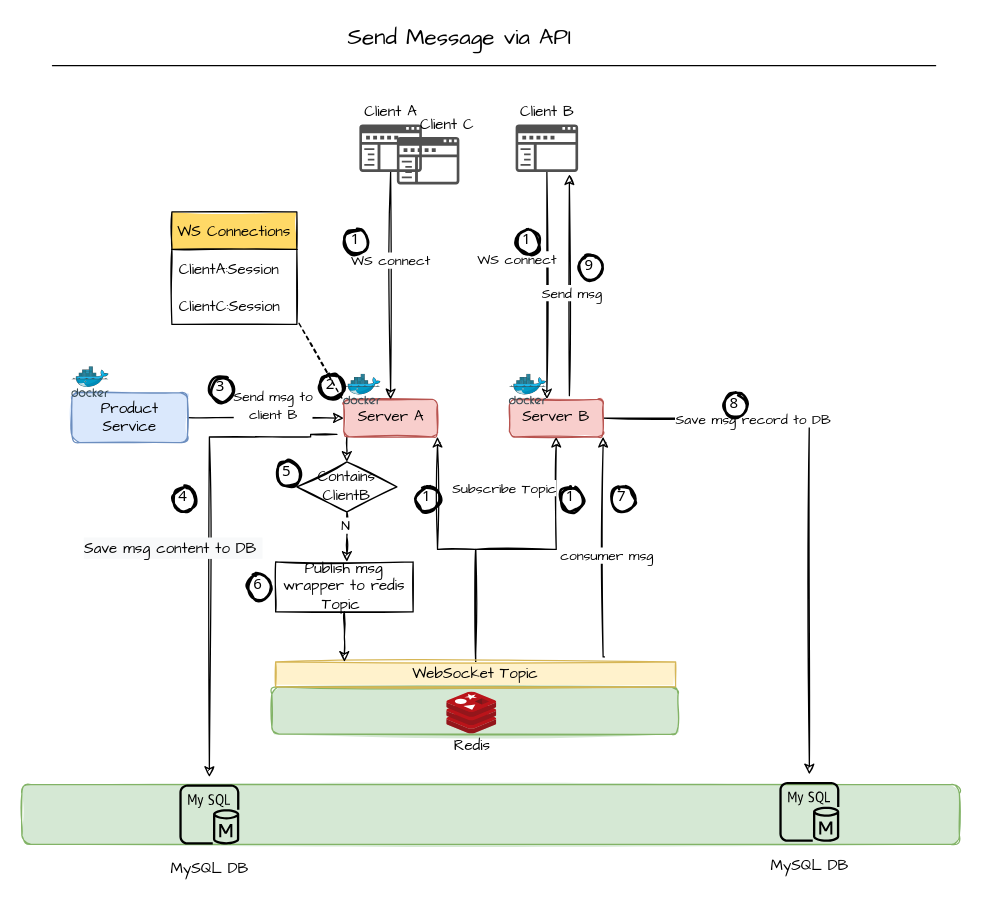
This is page "Page-4" (4 of 7) of MSP.drawio from yindongjun/gangzhang.github.io, a draw.io file, before an edit. Source tidied: cells renumbered, new cells numbered last; positions are measured from the earlier drawing's top-left corner, leaving out a move shared by most shapes. Both pictures are drawn from the tidied source at 125%, with x=0, y=0 at pixel (21, 24).
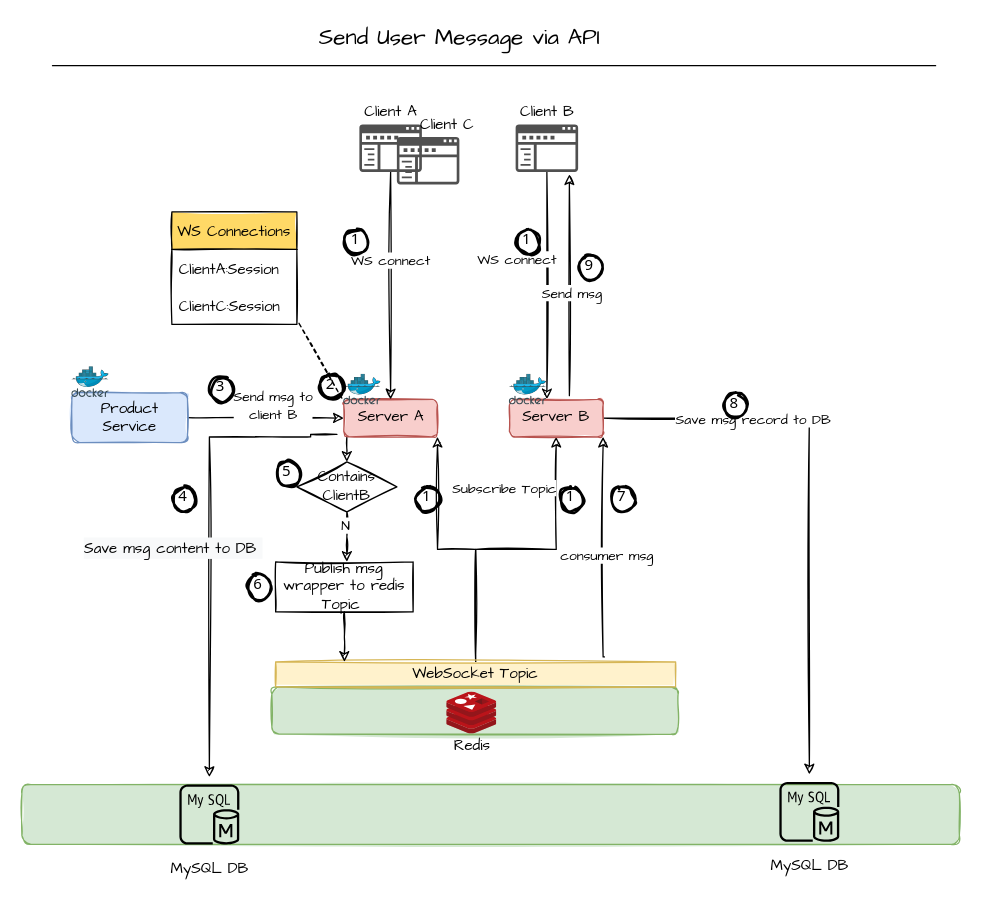
The same page after the edit.

The edit, as a diff of the source:
```diff
@@
-    <mxCell id="59" value="&lt;font style=&quot;font-size: 18px;&quot;&gt;Send Message via API&lt;/font&gt;" style="text;html=1;align=center;verticalAlign=middle;fillColor=none;fontFamily=Comic Sans MS;" parent="1" vertex="1">
-      <mxGeometry x="250" width="200" height="20" as="geometry" />
+    <mxCell id="59" value="&lt;font style=&quot;font-size: 18px;&quot;&gt;Send User Message via API&lt;/font&gt;" style="text;html=1;align=center;verticalAlign=middle;fillColor=none;fontFamily=Comic Sans MS;" parent="1" vertex="1">
+      <mxGeometry x="225" width="250" height="20" as="geometry" />
     </mxCell>
```
